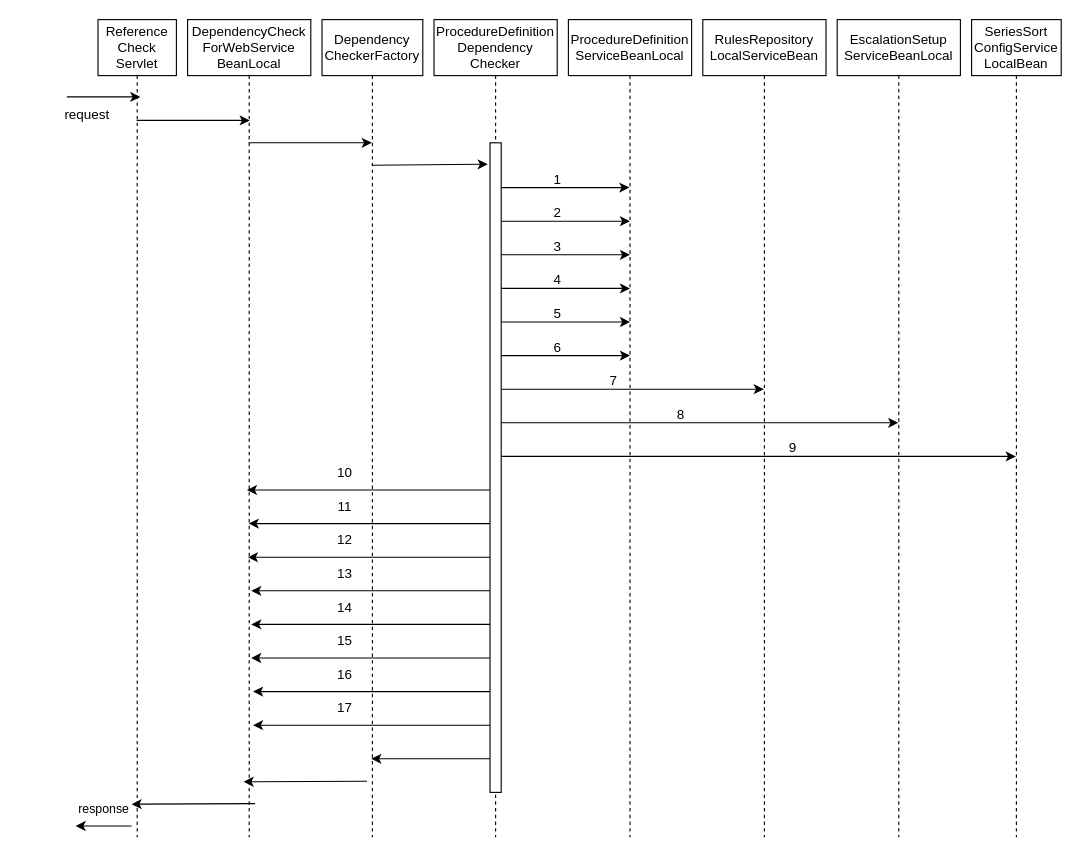
Before: Untitled Diagram.drawio in guo-fan/react_notes, a draw.io diagram. Source tidied: cells renumbered, new cells numbered last; positions are measured from the earlier drawing's top-left corner, leaving out a move shared by most shapes. Both pictures are drawn from the tidied source at 112%, with x=0, y=0 at pixel (53, 19).
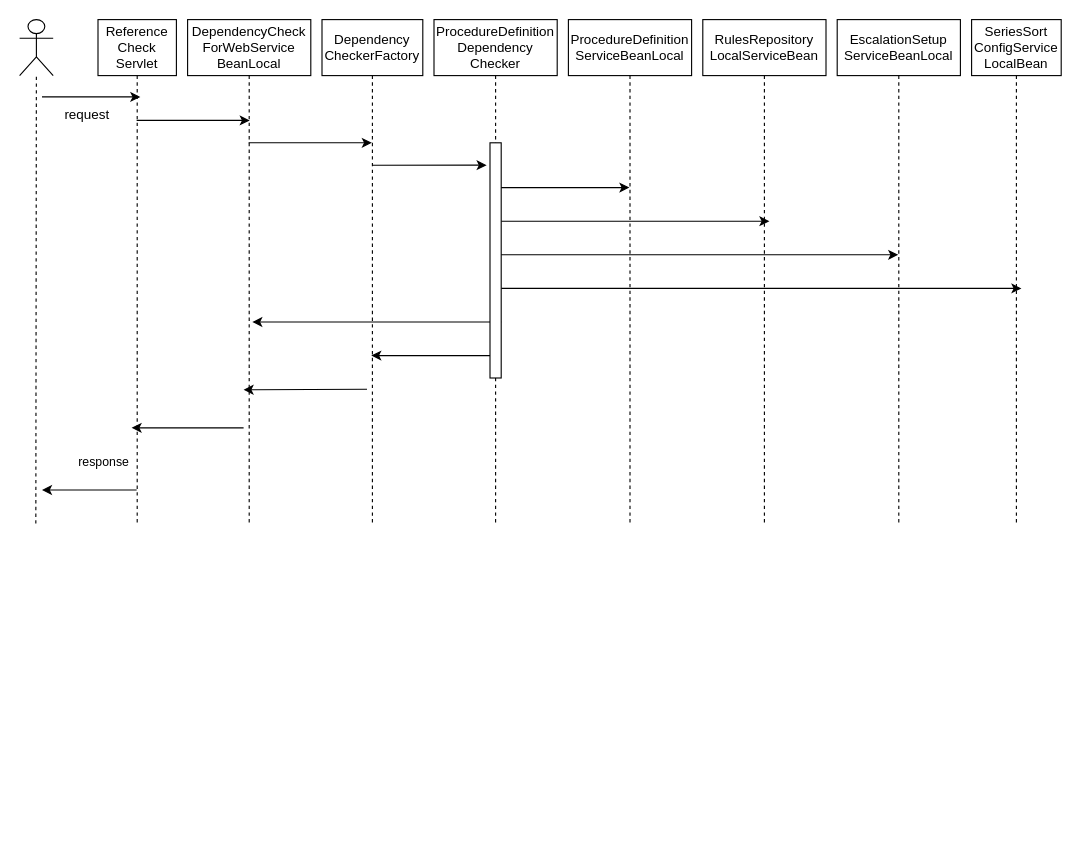
Above is the later version.

Diff of the diagram source:
```diff
@@
     <mxCell id="2" value="Reference&lt;div&gt;Check&lt;div&gt;Servlet&lt;/div&gt;&lt;/div&gt;" style="shape=umlLifeline;perimeter=lifelinePerimeter;whiteSpace=wrap;html=1;outlineConnect=0;portConstraint=eastwest;newEdgeStyle={&quot;edgeStyle&quot;:&quot;elbowEdgeStyle&quot;,&quot;elbow&quot;:&quot;vertical&quot;,&quot;curved&quot;:0,&quot;rounded&quot;:0};labelBackgroundColor=none;size=50;" parent="1" vertex="1">
-      <mxGeometry x="40" width="70" height="730" as="geometry" />
+      <mxGeometry x="40" width="70" height="450" as="geometry" />
     </mxCell>
@@
-    <mxCell id="4" style="edgeStyle=none;orthogonalLoop=1;jettySize=auto;html=1;rounded=0;labelBackgroundColor=none;fontColor=default;" parent="1" edge="1">
-      <mxGeometry relative="1" as="geometry">
-        <mxPoint x="70" y="720" as="sourcePoint" />
-        <mxPoint x="20" y="720" as="targetPoint" />
-        <Array as="points">
-          <mxPoint x="50" y="720" />
-        </Array>
-      </mxGeometry>
-    </mxCell>
     <mxCell id="5" value="&lt;font style=&quot;font-size: 11px;&quot;&gt;response&lt;/font&gt;" style="text;html=1;align=center;verticalAlign=middle;strokeColor=none;fillColor=none;labelBackgroundColor=none;" parent="1" vertex="1">
-      <mxGeometry x="10" y="690" width="70" height="30" as="geometry" />
+      <mxGeometry x="10" y="380" width="70" height="30" as="geometry" />
     </mxCell>
     <mxCell id="6" value="DependencyCheck&lt;div&gt;ForWebService&lt;/div&gt;&lt;div&gt;BeanLocal&lt;/div&gt;" style="shape=umlLifeline;perimeter=lifelinePerimeter;whiteSpace=wrap;html=1;newEdgeStyle={&quot;edgeStyle&quot;:&quot;elbowEdgeStyle&quot;,&quot;elbow&quot;:&quot;vertical&quot;,&quot;curved&quot;:0,&quot;rounded&quot;:0};labelBackgroundColor=none;size=50;" parent="1" vertex="1">
-      <mxGeometry x="120" width="110" height="730" as="geometry" />
+      <mxGeometry x="120" width="110" height="450" as="geometry" />
     </mxCell>
     <mxCell id="7" value="Dependency&lt;div&gt;CheckerFactory&lt;br&gt;&lt;/div&gt;" style="shape=umlLifeline;perimeter=lifelinePerimeter;whiteSpace=wrap;html=1;newEdgeStyle={&quot;edgeStyle&quot;:&quot;elbowEdgeStyle&quot;,&quot;elbow&quot;:&quot;vertical&quot;,&quot;curved&quot;:0,&quot;rounded&quot;:0};labelBackgroundColor=none;size=50;" parent="1" vertex="1">
-      <mxGeometry x="240" width="90" height="730" as="geometry" />
+      <mxGeometry x="240" width="90" height="450" as="geometry" />
     </mxCell>
     <mxCell id="8" value="&lt;div&gt;ProcedureDefinition&lt;/div&gt;&lt;div&gt;Dependency&lt;/div&gt;&lt;div&gt;Checker&lt;br&gt;&lt;/div&gt;" style="shape=umlLifeline;perimeter=lifelinePerimeter;whiteSpace=wrap;html=1;newEdgeStyle={&quot;edgeStyle&quot;:&quot;elbowEdgeStyle&quot;,&quot;elbow&quot;:&quot;vertical&quot;,&quot;curved&quot;:0,&quot;rounded&quot;:0};labelBackgroundColor=none;size=50;" parent="1" vertex="1">
-      <mxGeometry x="340" width="110" height="730" as="geometry" />
+      <mxGeometry x="340" width="110" height="450" as="geometry" />
     </mxCell>
     <mxCell id="9" value="&lt;div&gt;ProcedureDefinition&lt;/div&gt;&lt;div&gt;ServiceBeanLocal&lt;br&gt;&lt;/div&gt;" style="shape=umlLifeline;perimeter=lifelinePerimeter;whiteSpace=wrap;html=1;outlineConnect=0;portConstraint=eastwest;newEdgeStyle={&quot;edgeStyle&quot;:&quot;elbowEdgeStyle&quot;,&quot;elbow&quot;:&quot;vertical&quot;,&quot;curved&quot;:0,&quot;rounded&quot;:0};labelBackgroundColor=none;size=50;" parent="1" vertex="1">
-      <mxGeometry x="460" width="110" height="730" as="geometry" />
+      <mxGeometry x="460" width="110" height="450" as="geometry" />
     </mxCell>
     <mxCell id="10" value="&lt;div&gt;RulesRepository&lt;/div&gt;&lt;div&gt;LocalServiceBean&lt;br&gt;&lt;/div&gt;" style="shape=umlLifeline;perimeter=lifelinePerimeter;whiteSpace=wrap;html=1;outlineConnect=0;portConstraint=eastwest;newEdgeStyle={&quot;edgeStyle&quot;:&quot;elbowEdgeStyle&quot;,&quot;elbow&quot;:&quot;vertical&quot;,&quot;curved&quot;:0,&quot;rounded&quot;:0};labelBackgroundColor=none;size=50;" parent="1" vertex="1">
-      <mxGeometry x="580" width="110" height="730" as="geometry" />
+      <mxGeometry x="580" width="110" height="450" as="geometry" />
     </mxCell>
     <mxCell id="11" value="&lt;div&gt;EscalationSetup&lt;/div&gt;&lt;div&gt;ServiceBeanLocal&lt;br&gt;&lt;/div&gt;" style="shape=umlLifeline;perimeter=lifelinePerimeter;whiteSpace=wrap;html=1;outlineConnect=0;portConstraint=eastwest;newEdgeStyle={&quot;edgeStyle&quot;:&quot;elbowEdgeStyle&quot;,&quot;elbow&quot;:&quot;vertical&quot;,&quot;curved&quot;:0,&quot;rounded&quot;:0};labelBackgroundColor=none;size=50;" parent="1" vertex="1">
-      <mxGeometry x="700" width="110" height="730" as="geometry" />
+      <mxGeometry x="700" width="110" height="450" as="geometry" />
     </mxCell>
     <mxCell id="12" value="&lt;div&gt;SeriesSort&lt;/div&gt;&lt;div&gt;ConfigService&lt;/div&gt;&lt;div&gt;LocalBean&lt;br&gt;&lt;/div&gt;" style="shape=umlLifeline;perimeter=lifelinePerimeter;whiteSpace=wrap;html=1;outlineConnect=0;portConstraint=eastwest;newEdgeStyle={&quot;edgeStyle&quot;:&quot;elbowEdgeStyle&quot;,&quot;elbow&quot;:&quot;vertical&quot;,&quot;curved&quot;:0,&quot;rounded&quot;:0};labelBackgroundColor=none;size=50;" parent="1" vertex="1">
-      <mxGeometry x="820" width="80" height="730" as="geometry" />
+      <mxGeometry x="820" width="80" height="450" as="geometry" />
     </mxCell>
-    <mxCell id="13" style="endArrow=classic;html=1;rounded=0;exitX=0.15;exitY=1.067;exitDx=0;exitDy=0;exitPerimeter=0;labelBackgroundColor=none;fontColor=default;" parent="1" edge="1">
+    <mxCell id="13" style="endArrow=classic;html=1;rounded=0;labelBackgroundColor=none;fontColor=default;" parent="1" edge="1">
       <mxGeometry relative="1" as="geometry">
-        <mxPoint x="12.2" y="69" as="sourcePoint" />
+        <mxPoint x="-10" y="69" as="sourcePoint" />
         <mxPoint x="77.8" y="69" as="targetPoint" />
       </mxGeometry>
     </mxCell>
@@
-    <mxCell id="16" style="endArrow=classic;html=1;rounded=0;entryX=-0.2;entryY=0.033;entryDx=0;entryDy=0;entryPerimeter=0;labelBackgroundColor=none;fontColor=default;" parent="1" edge="1" target="54">
+    <mxCell id="16" style="endArrow=classic;html=1;rounded=0;entryX=-0.3;entryY=0.095;entryDx=0;entryDy=0;entryPerimeter=0;labelBackgroundColor=none;fontColor=default;" parent="1" edge="1" target="54">
       <mxGeometry relative="1" as="geometry">
         <mxPoint x="285" y="130" as="sourcePoint" />
       </mxGeometry>
     </mxCell>
@@
-    <mxCell id="18" style="endArrow=classic;html=1;rounded=0;labelBackgroundColor=none;fontColor=default;" parent="1" edge="1">
-      <mxGeometry relative="1" as="geometry">
-        <mxPoint x="395" y="180" as="sourcePoint" />
-        <mxPoint x="515" y="180" as="targetPoint" />
-      </mxGeometry>
-    </mxCell>
-    <mxCell id="19" style="endArrow=classic;html=1;rounded=0;labelBackgroundColor=none;fontColor=default;" parent="1" edge="1">
-      <mxGeometry relative="1" as="geometry">
-        <mxPoint x="395" y="210" as="sourcePoint" />
-        <mxPoint x="515" y="210" as="targetPoint" />
-      </mxGeometry>
-    </mxCell>
-    <mxCell id="20" value="1" style="text;html=1;align=center;verticalAlign=middle;strokeColor=none;fillColor=none;labelBackgroundColor=none;" parent="1" vertex="1">
-      <mxGeometry x="435" y="128" width="30" height="30" as="geometry" />
-    </mxCell>
-    <mxCell id="21" value="2" style="text;html=1;align=center;verticalAlign=middle;strokeColor=none;fillColor=none;labelBackgroundColor=none;" parent="1" vertex="1">
-      <mxGeometry x="435" y="158" width="30" height="30" as="geometry" />
-    </mxCell>
-    <mxCell id="22" value="3" style="text;html=1;align=center;verticalAlign=middle;strokeColor=none;fillColor=none;labelBackgroundColor=none;" parent="1" vertex="1">
-      <mxGeometry x="435" y="188" width="30" height="30" as="geometry" />
-    </mxCell>
-    <mxCell id="23" style="endArrow=classic;html=1;rounded=0;labelBackgroundColor=none;fontColor=default;" parent="1" edge="1">
-      <mxGeometry relative="1" as="geometry">
-        <mxPoint x="395" y="240" as="sourcePoint" />
-        <mxPoint x="515" y="240" as="targetPoint" />
-      </mxGeometry>
-    </mxCell>
-    <mxCell id="24" style="endArrow=classic;html=1;rounded=0;labelBackgroundColor=none;fontColor=default;" parent="1" edge="1">
-      <mxGeometry relative="1" as="geometry">
-        <mxPoint x="395" y="270" as="sourcePoint" />
-        <mxPoint x="515" y="270" as="targetPoint" />
-      </mxGeometry>
-    </mxCell>
-    <mxCell id="25" style="endArrow=classic;html=1;rounded=0;labelBackgroundColor=none;fontColor=default;" parent="1" edge="1">
-      <mxGeometry relative="1" as="geometry">
-        <mxPoint x="395" y="300" as="sourcePoint" />
-        <mxPoint x="515" y="300" as="targetPoint" />
-      </mxGeometry>
-    </mxCell>
-    <mxCell id="26" value="4" style="text;html=1;align=center;verticalAlign=middle;strokeColor=none;fillColor=none;labelBackgroundColor=none;" parent="1" vertex="1">
-      <mxGeometry x="435" y="218" width="30" height="30" as="geometry" />
-    </mxCell>
-    <mxCell id="27" value="5" style="text;html=1;align=center;verticalAlign=middle;strokeColor=none;fillColor=none;labelBackgroundColor=none;" parent="1" vertex="1">
-      <mxGeometry x="435" y="248" width="30" height="30" as="geometry" />
-    </mxCell>
-    <mxCell id="28" value="6" style="text;html=1;align=center;verticalAlign=middle;strokeColor=none;fillColor=none;labelBackgroundColor=none;" parent="1" vertex="1">
-      <mxGeometry x="435" y="278" width="30" height="30" as="geometry" />
-    </mxCell>
-    <mxCell id="29" style="endArrow=classic;html=1;rounded=0;labelBackgroundColor=none;fontColor=default;" parent="1" edge="1" target="10">
+    <mxCell id="29" style="endArrow=classic;html=1;rounded=0;labelBackgroundColor=none;fontColor=default;" parent="1" edge="1">
       <mxGeometry relative="1" as="geometry">
-        <mxPoint x="395" y="330" as="sourcePoint" />
+        <mxPoint x="400" y="180" as="sourcePoint" />
+        <mxPoint x="639.5" y="180" as="targetPoint" />
       </mxGeometry>
     </mxCell>
-    <mxCell id="30" value="7" style="text;html=1;align=center;verticalAlign=middle;strokeColor=none;fillColor=none;labelBackgroundColor=none;" parent="1" vertex="1">
-      <mxGeometry x="485" y="308" width="30" height="30" as="geometry" />
-    </mxCell>
-    <mxCell id="31" style="endArrow=classic;html=1;rounded=0;labelBackgroundColor=none;fontColor=default;" parent="1" edge="1" target="11">
+    <mxCell id="31" style="endArrow=classic;html=1;rounded=0;labelBackgroundColor=none;fontColor=default;" parent="1" edge="1">
       <mxGeometry relative="1" as="geometry">
-        <mxPoint x="395" y="360" as="sourcePoint" />
+        <mxPoint x="395" y="210" as="sourcePoint" />
+        <mxPoint x="754.5" y="210" as="targetPoint" />
       </mxGeometry>
     </mxCell>
-    <mxCell id="32" value="8" style="text;html=1;align=center;verticalAlign=middle;strokeColor=none;fillColor=none;labelBackgroundColor=none;" parent="1" vertex="1">
-      <mxGeometry x="545" y="338" width="30" height="30" as="geometry" />
-    </mxCell>
-    <mxCell id="33" style="endArrow=classic;html=1;rounded=0;labelBackgroundColor=none;fontColor=default;" parent="1" edge="1" target="12">
+    <mxCell id="33" style="endArrow=classic;html=1;rounded=0;labelBackgroundColor=none;fontColor=default;" parent="1" edge="1">
       <mxGeometry relative="1" as="geometry">
-        <mxPoint x="395" y="390" as="sourcePoint" />
+        <mxPoint x="400" y="240" as="sourcePoint" />
+        <mxPoint x="864.5" y="240" as="targetPoint" />
       </mxGeometry>
     </mxCell>
-    <mxCell id="34" value="9" style="text;html=1;align=center;verticalAlign=middle;strokeColor=none;fillColor=none;labelBackgroundColor=none;" parent="1" vertex="1">
-      <mxGeometry x="645" y="368" width="30" height="30" as="geometry" />
-    </mxCell>
     <mxCell id="35" style="endArrow=classic;html=1;rounded=0;labelBackgroundColor=none;fontColor=default;" parent="1" edge="1">
       <mxGeometry relative="1" as="geometry">
-        <mxPoint x="395.2" y="420" as="sourcePoint" />
-        <mxPoint x="173" y="420" as="targetPoint" />
+        <mxPoint x="400" y="270" as="sourcePoint" />
+        <mxPoint x="177.8" y="270" as="targetPoint" />
       </mxGeometry>
     </mxCell>
-    <mxCell id="36" style="endArrow=classic;html=1;rounded=0;labelBackgroundColor=none;fontColor=default;" parent="1" edge="1">
-      <mxGeometry relative="1" as="geometry">
-        <mxPoint x="395.4" y="450" as="sourcePoint" />
-        <mxPoint x="174.6" y="450" as="targetPoint" />
-      </mxGeometry>
-    </mxCell>
-    <mxCell id="37" style="endArrow=classic;html=1;rounded=0;labelBackgroundColor=none;fontColor=default;" parent="1" edge="1">
-      <mxGeometry relative="1" as="geometry">
-        <mxPoint x="396.2" y="480" as="sourcePoint" />
-        <mxPoint x="173.8" y="480" as="targetPoint" />
-      </mxGeometry>
-    </mxCell>
-    <mxCell id="38" style="endArrow=classic;html=1;rounded=0;labelBackgroundColor=none;fontColor=default;" parent="1" edge="1">
-      <mxGeometry relative="1" as="geometry">
-        <mxPoint x="393.2" y="510" as="sourcePoint" />
-        <mxPoint x="176.8" y="510" as="targetPoint" />
-      </mxGeometry>
-    </mxCell>
-    <mxCell id="39" style="endArrow=classic;html=1;rounded=0;labelBackgroundColor=none;fontColor=default;" parent="1" edge="1">
-      <mxGeometry relative="1" as="geometry">
-        <mxPoint x="393.2" y="540" as="sourcePoint" />
-        <mxPoint x="176.8" y="540" as="targetPoint" />
-      </mxGeometry>
-    </mxCell>
-    <mxCell id="40" style="endArrow=classic;html=1;rounded=0;labelBackgroundColor=none;fontColor=default;" parent="1" edge="1">
-      <mxGeometry relative="1" as="geometry">
-        <mxPoint x="393.2" y="570" as="sourcePoint" />
-        <mxPoint x="176.8" y="570" as="targetPoint" />
-      </mxGeometry>
-    </mxCell>
-    <mxCell id="41" value="10" style="text;html=1;align=center;verticalAlign=middle;strokeColor=none;fillColor=none;labelBackgroundColor=none;" parent="1" vertex="1">
-      <mxGeometry x="240" y="390" width="40" height="30" as="geometry" />
-    </mxCell>
-    <mxCell id="42" value="11" style="text;html=1;align=center;verticalAlign=middle;strokeColor=none;fillColor=none;labelBackgroundColor=none;" parent="1" vertex="1">
-      <mxGeometry x="240" y="420" width="40" height="30" as="geometry" />
-    </mxCell>
-    <mxCell id="43" value="12" style="text;html=1;align=center;verticalAlign=middle;strokeColor=none;fillColor=none;labelBackgroundColor=none;" parent="1" vertex="1">
-      <mxGeometry x="240" y="450" width="40" height="30" as="geometry" />
-    </mxCell>
-    <mxCell id="44" value="13" style="text;html=1;align=center;verticalAlign=middle;strokeColor=none;fillColor=none;labelBackgroundColor=none;" parent="1" vertex="1">
-      <mxGeometry x="240" y="480" width="40" height="30" as="geometry" />
-    </mxCell>
-    <mxCell id="45" value="14" style="text;html=1;align=center;verticalAlign=middle;strokeColor=none;fillColor=none;labelBackgroundColor=none;" parent="1" vertex="1">
-      <mxGeometry x="240" y="510" width="40" height="30" as="geometry" />
-    </mxCell>
-    <mxCell id="46" value="15" style="text;html=1;align=center;verticalAlign=middle;strokeColor=none;fillColor=none;labelBackgroundColor=none;" parent="1" vertex="1">
-      <mxGeometry x="240" y="540" width="40" height="30" as="geometry" />
-    </mxCell>
-    <mxCell id="47" style="endArrow=classic;html=1;rounded=0;labelBackgroundColor=none;fontColor=default;" parent="1" edge="1">
-      <mxGeometry relative="1" as="geometry">
-        <mxPoint x="391.6" y="600" as="sourcePoint" />
-        <mxPoint x="178.4" y="600" as="targetPoint" />
-      </mxGeometry>
-    </mxCell>
-    <mxCell id="48" style="endArrow=classic;html=1;rounded=0;labelBackgroundColor=none;fontColor=default;" parent="1" edge="1">
-      <mxGeometry relative="1" as="geometry">
-        <mxPoint x="391.6" y="630" as="sourcePoint" />
-        <mxPoint x="178.4" y="630" as="targetPoint" />
-      </mxGeometry>
-    </mxCell>
-    <mxCell id="49" value="16" style="text;html=1;align=center;verticalAlign=middle;strokeColor=none;fillColor=none;labelBackgroundColor=none;" parent="1" vertex="1">
-      <mxGeometry x="240" y="570" width="40" height="30" as="geometry" />
-    </mxCell>
-    <mxCell id="50" value="17" style="text;html=1;align=center;verticalAlign=middle;strokeColor=none;fillColor=none;labelBackgroundColor=none;" parent="1" vertex="1">
-      <mxGeometry x="240" y="600" width="40" height="30" as="geometry" />
-    </mxCell>
     <mxCell id="51" style="endArrow=classic;html=1;rounded=0;labelBackgroundColor=none;fontColor=default;" parent="1" edge="1">
       <mxGeometry relative="1" as="geometry">
-        <mxPoint x="394.7" y="660" as="sourcePoint" />
-        <mxPoint x="284" y="660" as="targetPoint" />
+        <mxPoint x="394.7" y="300" as="sourcePoint" />
+        <mxPoint x="284" y="300" as="targetPoint" />
+        <Array as="points">
+          <mxPoint x="340" y="300" />
+        </Array>
       </mxGeometry>
     </mxCell>
     <mxCell id="52" style="endArrow=classic;html=1;rounded=0;labelBackgroundColor=none;fontColor=default;" parent="1" edge="1">
       <mxGeometry relative="1" as="geometry">
-        <mxPoint x="280.2" y="680" as="sourcePoint" />
-        <mxPoint x="170" y="680.5" as="targetPoint" />
+        <mxPoint x="280.2" y="330" as="sourcePoint" />
+        <mxPoint x="170" y="330.5" as="targetPoint" />
       </mxGeometry>
     </mxCell>
     <mxCell id="53" style="endArrow=classic;html=1;rounded=0;labelBackgroundColor=none;fontColor=default;" parent="1" edge="1">
       <mxGeometry relative="1" as="geometry">
-        <mxPoint x="180.2" y="700" as="sourcePoint" />
-        <mxPoint x="70" y="700.5" as="targetPoint" />
+        <mxPoint x="170" y="364.5" as="sourcePoint" />
+        <mxPoint x="70" y="364.5" as="targetPoint" />
       </mxGeometry>
     </mxCell>
     <mxCell id="54" style="rounded=0;whiteSpace=wrap;html=1;labelBackgroundColor=none;" parent="1" vertex="1">
-      <mxGeometry x="390" y="110" width="10" height="580" as="geometry" />
+      <mxGeometry x="390" y="110" width="10" height="210" as="geometry" />
     </mxCell>
+    <mxCell id="55" style="endArrow=classic;html=1;rounded=0;labelBackgroundColor=none;fontColor=default;" parent="1" edge="1" source="2">
+      <mxGeometry relative="1" as="geometry">
+        <mxPoint x="-10" y="420" as="targetPoint" />
+      </mxGeometry>
+    </mxCell>
+    <mxCell id="56" style="shape=umlActor;verticalLabelPosition=bottom;verticalAlign=top;html=1;outlineConnect=0;" parent="1" vertex="1">
+      <mxGeometry x="-30" width="30" height="50" as="geometry" />
+    </mxCell>
+    <mxCell id="57" style="endArrow=none;dashed=1;html=1;rounded=0;" parent="1" edge="1" target="56">
+      <mxGeometry relative="1" as="geometry">
+        <mxPoint x="-15.5" y="450" as="sourcePoint" />
+      </mxGeometry>
+    </mxCell>
```
